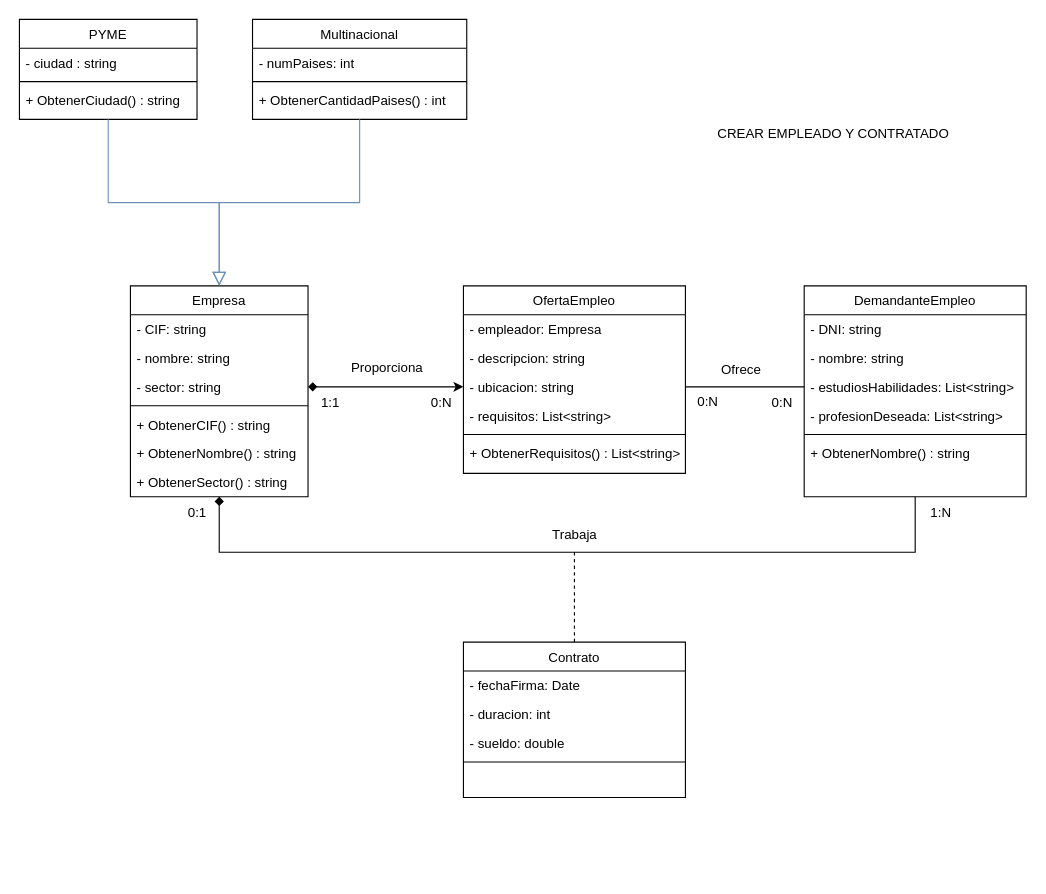
SerDieFer/1-DAW keeps this draw.io diagram as DEVELOPMENT ENVIRONMENT/PRÁCTICA 7.1/Ejercicio 6.drawio. Above is the earlier version. Source tidied: cells renumbered, new cells numbered last; positions are measured from the earlier drawing's top-left corner, leaving out a move shared by most shapes. Both pictures are drawn from the tidied source at 111%, with x=0, y=0 at pixel (19, 19).
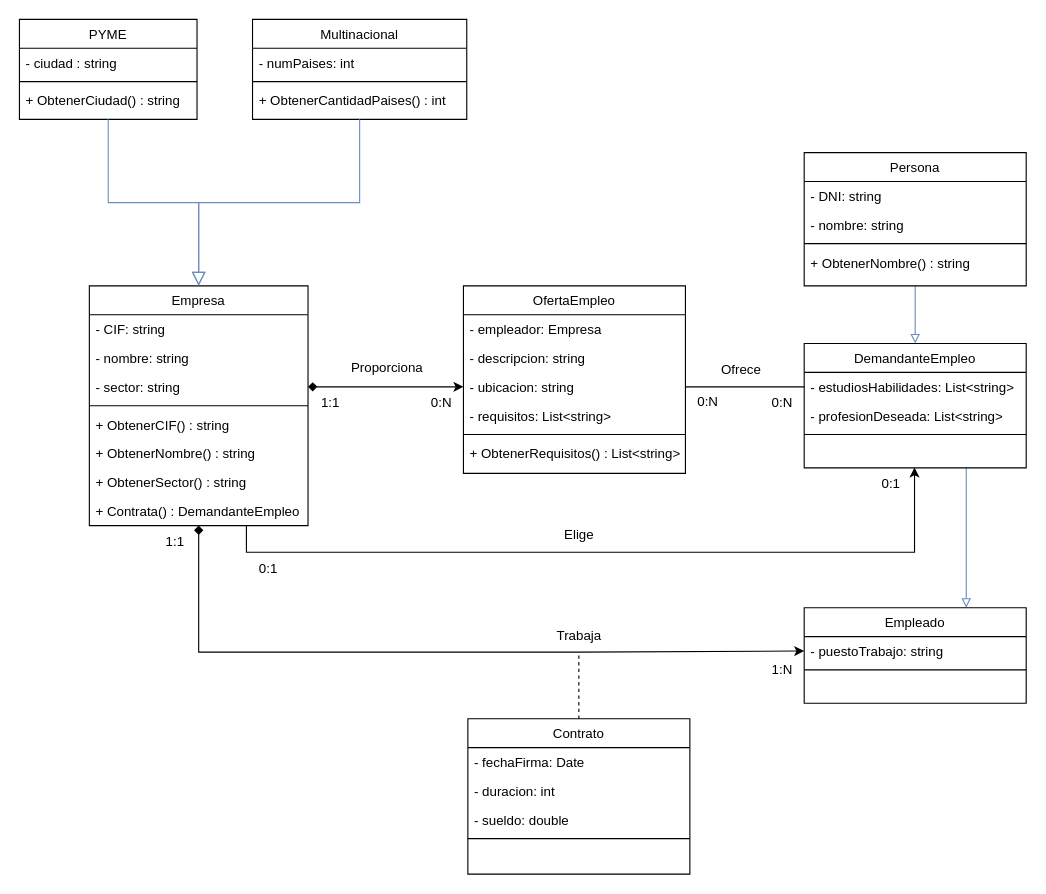
The same page after the edit.

Diff of the diagram source:
```diff
@@
-    <mxCell id="2" style="edgeStyle=orthogonalEdgeStyle;rounded=0;jettySize=auto;html=1;entryX=0.5;entryY=1;entryDx=0;entryDy=0;endArrow=none;endFill=0;startArrow=diamond;startFill=1;" parent="1" edge="1" source="3" target="32">
-      <mxGeometry relative="1" as="geometry">
-        <Array as="points">
-          <mxPoint x="180" y="480" />
-          <mxPoint x="807" y="480" />
-        </Array>
-      </mxGeometry>
-    </mxCell>
+    <mxCell id="53" style="edgeStyle=orthogonalEdgeStyle;rounded=0;orthogonalLoop=1;jettySize=auto;html=1;entryX=0.282;entryY=0.989;entryDx=0;entryDy=0;entryPerimeter=0;endArrow=classic;endFill=1;" parent="1" edge="1">
+      <mxGeometry relative="1" as="geometry">
+        <mxPoint x="204.5" y="456" as="sourcePoint" />
+        <mxPoint x="806.4" y="403.7" as="targetPoint" />
+        <Array as="points">
+          <mxPoint x="205" y="480" />
+          <mxPoint x="806" y="480" />
+        </Array>
+      </mxGeometry>
+    </mxCell>
+    <mxCell id="54" style="edgeStyle=orthogonalEdgeStyle;rounded=0;jettySize=auto;html=1;entryX=0;entryY=0.5;entryDx=0;entryDy=0;startArrow=diamond;startFill=1;endArrow=classic;endFill=1;" parent="1" edge="1" source="3" target="62">
+      <mxGeometry relative="1" as="geometry">
+        <Array as="points">
+          <mxPoint x="162" y="570" />
+          <mxPoint x="503" y="570" />
+          <mxPoint x="503" y="570" />
+          <mxPoint x="707" y="570" />
+        </Array>
+      </mxGeometry>
+    </mxCell>
     <mxCell id="3" value="Empresa" style="swimlane;fontStyle=0;align=center;verticalAlign=top;horizontal=1;startSize=26;rounded=0;shadow=0;strokeWidth=1;" parent="1" vertex="1">
-      <mxGeometry x="100" y="240" width="160" height="190" as="geometry" />
+      <mxGeometry x="63" y="240" width="197" height="216" as="geometry" />
     </mxCell>
     <mxCell id="4" value="- CIF: string" style="text;align=left;verticalAlign=top;spacingLeft=4;spacingRight=4;overflow=hidden;" parent="3" vertex="1">
-      <mxGeometry y="26" width="160" height="26" as="geometry" />
+      <mxGeometry y="26" width="197" height="26" as="geometry" />
     </mxCell>
     <mxCell id="5" value="- nombre: string" style="text;align=left;verticalAlign=top;spacingLeft=4;spacingRight=4;overflow=hidden;" parent="3" vertex="1">
-      <mxGeometry y="52" width="160" height="26" as="geometry" />
+      <mxGeometry y="52" width="197" height="26" as="geometry" />
     </mxCell>
     <mxCell id="6" value="- sector: string" style="text;align=left;verticalAlign=top;spacingLeft=4;spacingRight=4;overflow=hidden;points=[[0,0.5],[1,0.5]];portConstraint=eastwest;" parent="3" vertex="1">
-      <mxGeometry y="78" width="160" height="26" as="geometry" />
+      <mxGeometry y="78" width="197" height="26" as="geometry" />
     </mxCell>
     <mxCell id="7" style="line;html=1;strokeWidth=1;align=left;verticalAlign=middle;spacingTop=-1;spacingLeft=3;spacingRight=3;labelPosition=right;" parent="3" vertex="1">
-      <mxGeometry y="104" width="160" height="8" as="geometry" />
+      <mxGeometry y="104" width="197" height="8" as="geometry" />
     </mxCell>
     <mxCell id="8" value="+ ObtenerCIF() : string" style="text;align=left;verticalAlign=top;spacingLeft=4;spacingRight=4;overflow=hidden;" parent="3" vertex="1">
-      <mxGeometry y="112" width="160" height="26" as="geometry" />
+      <mxGeometry y="112" width="197" height="26" as="geometry" />
     </mxCell>
     <mxCell id="9" value="+ ObtenerNombre() : string" style="text;align=left;verticalAlign=top;spacingLeft=4;spacingRight=4;overflow=hidden;" parent="3" vertex="1">
-      <mxGeometry y="138" width="160" height="26" as="geometry" />
+      <mxGeometry y="138" width="197" height="26" as="geometry" />
     </mxCell>
     <mxCell id="10" value="+ ObtenerSector() : string" style="text;align=left;verticalAlign=top;spacingLeft=4;spacingRight=4;overflow=hidden;" parent="3" vertex="1">
-      <mxGeometry y="164" width="160" height="26" as="geometry" />
+      <mxGeometry y="164" width="197" height="26" as="geometry" />
     </mxCell>
+    <mxCell id="55" value="+ Contrata() : DemandanteEmpleo" style="text;align=left;verticalAlign=top;spacingLeft=4;spacingRight=4;overflow=hidden;" parent="3" vertex="1">
+      <mxGeometry y="190" width="197" height="26" as="geometry" />
+    </mxCell>
@@
+    <mxCell id="56" style="edgeStyle=orthogonalEdgeStyle;rounded=0;orthogonalLoop=1;jettySize=auto;html=1;entryX=0.5;entryY=0;entryDx=0;entryDy=0;fillColor=#dae8fc;gradientColor=#7ea6e0;strokeColor=#6c8ebf;endArrow=block;endFill=0;" parent="1" edge="1">
+      <mxGeometry relative="1" as="geometry">
+        <mxPoint x="853" y="404" as="sourcePoint" />
+        <mxPoint x="853" y="530" as="targetPoint" />
+      </mxGeometry>
+    </mxCell>
     <mxCell id="32" value="DemandanteEmpleo" style="swimlane;fontStyle=0;align=center;verticalAlign=top;horizontal=1;startSize=26;rounded=0;shadow=0;strokeWidth=1;" parent="1" vertex="1">
-      <mxGeometry x="707" y="240" width="200" height="190" as="geometry" />
+      <mxGeometry x="707" y="292" width="200" height="112" as="geometry" />
     </mxCell>
-    <mxCell id="33" value="- DNI: string" style="text;align=left;verticalAlign=top;spacingLeft=4;spacingRight=4;overflow=hidden;" parent="32" vertex="1">
-      <mxGeometry y="26" width="200" height="26" as="geometry" />
-    </mxCell>
-    <mxCell id="34" value="- nombre: string" style="text;align=left;verticalAlign=top;spacingLeft=4;spacingRight=4;overflow=hidden;" parent="32" vertex="1">
-      <mxGeometry y="52" width="200" height="26" as="geometry" />
-    </mxCell>
     <mxCell id="35" value="- estudiosHabilidades: List&lt;string&gt;" style="text;align=left;verticalAlign=top;spacingLeft=4;spacingRight=4;overflow=hidden;points=[[0,0.5],[1,0.5]];portConstraint=eastwest;" parent="32" vertex="1">
-      <mxGeometry y="78" width="200" height="26" as="geometry" />
+      <mxGeometry y="26" width="200" height="26" as="geometry" />
     </mxCell>
     <mxCell id="36" value="- profesionDeseada: List&lt;string&gt;" style="text;align=left;verticalAlign=top;spacingLeft=4;spacingRight=4;overflow=hidden;" parent="32" vertex="1">
-      <mxGeometry y="104" width="200" height="26" as="geometry" />
+      <mxGeometry y="52" width="200" height="26" as="geometry" />
     </mxCell>
     <mxCell id="37" style="line;html=1;strokeWidth=1;align=left;verticalAlign=middle;spacingTop=-1;spacingLeft=3;spacingRight=3;labelPosition=right;" parent="32" vertex="1">
-      <mxGeometry y="130" width="200" height="8" as="geometry" />
+      <mxGeometry y="78" width="200" height="8" as="geometry" />
     </mxCell>
-    <mxCell id="38" value="+ ObtenerNombre() : string" style="text;align=left;verticalAlign=top;spacingLeft=4;spacingRight=4;overflow=hidden;" parent="32" vertex="1">
-      <mxGeometry y="138" width="200" height="26" as="geometry" />
-    </mxCell>
+    <mxCell id="57" value=" " style="text;align=left;verticalAlign=top;spacingLeft=4;spacingRight=4;overflow=hidden;" parent="32" vertex="1">
+      <mxGeometry y="86" width="200" height="26" as="geometry" />
+    </mxCell>
@@
-    <mxCell id="43" style="edgeStyle=orthogonalEdgeStyle;rounded=0;jettySize=auto;html=1;dashed=1;endArrow=none;endFill=0;" parent="1" edge="1" source="44">
-      <mxGeometry relative="1" as="geometry">
-        <mxPoint x="500" y="480" as="targetPoint" />
-      </mxGeometry>
-    </mxCell>
     <mxCell id="44" value="Contrato" style="swimlane;fontStyle=0;align=center;verticalAlign=top;horizontal=1;startSize=26;rounded=0;shadow=0;strokeWidth=1;" parent="1" vertex="1">
-      <mxGeometry x="400" y="561" width="200" height="140" as="geometry" />
+      <mxGeometry x="404" y="630" width="200" height="140" as="geometry" />
     </mxCell>
@@
-    <mxCell id="49" value="0:1" style="text;html=1;align=center;verticalAlign=middle;strokeColor=none;fillColor=none;" parent="1" vertex="1">
-      <mxGeometry x="140" y="430" width="40" height="30" as="geometry" />
+    <mxCell id="49" value="1:1" style="text;html=1;align=center;verticalAlign=middle;strokeColor=none;fillColor=none;" parent="1" vertex="1">
+      <mxGeometry x="120" y="456" width="40" height="30" as="geometry" />
     </mxCell>
     <mxCell id="50" value="1:N" style="text;html=1;align=center;verticalAlign=middle;strokeColor=none;fillColor=none;" parent="1" vertex="1">
-      <mxGeometry x="810" y="430" width="40" height="30" as="geometry" />
+      <mxGeometry x="667" y="571" width="40" height="30" as="geometry" />
     </mxCell>
     <mxCell id="51" value="Trabaja" style="text;html=1;align=center;verticalAlign=middle;points=[];strokeColor=none;fillColor=none;" parent="1" vertex="1">
-      <mxGeometry x="470" y="450" width="60" height="30" as="geometry" />
+      <mxGeometry x="474" y="541" width="60" height="30" as="geometry" />
     </mxCell>
-    <mxCell id="52" value="CREAR EMPLEADO Y CONTRATADO" style="text;html=1;align=center;verticalAlign=middle;strokeColor=none;fillColor=none;" parent="1" vertex="1">
-      <mxGeometry x="618" y="88" width="230" height="30" as="geometry" />
-    </mxCell>
+    <mxCell id="58" style="edgeStyle=orthogonalEdgeStyle;rounded=0;jettySize=auto;html=1;entryX=0.5;entryY=0;entryDx=0;entryDy=0;endArrow=block;endFill=0;fillColor=#dae8fc;gradientColor=#7ea6e0;strokeColor=#6c8ebf;" parent="1" edge="1" source="59" target="32">
+      <mxGeometry relative="1" as="geometry" />
+    </mxCell>
+    <mxCell id="59" value="Persona" style="swimlane;fontStyle=0;align=center;verticalAlign=top;horizontal=1;startSize=26;rounded=0;shadow=0;strokeWidth=1;" parent="1" vertex="1">
+      <mxGeometry x="707" y="120" width="200" height="120" as="geometry" />
+    </mxCell>
+    <mxCell id="33" value="- DNI: string" style="text;align=left;verticalAlign=top;spacingLeft=4;spacingRight=4;overflow=hidden;" parent="59" vertex="1">
+      <mxGeometry y="26" width="200" height="26" as="geometry" />
+    </mxCell>
+    <mxCell id="34" value="- nombre: string" style="text;align=left;verticalAlign=top;spacingLeft=4;spacingRight=4;overflow=hidden;" parent="59" vertex="1">
+      <mxGeometry y="52" width="200" height="26" as="geometry" />
+    </mxCell>
+    <mxCell id="60" style="line;html=1;strokeWidth=1;align=left;verticalAlign=middle;spacingTop=-1;spacingLeft=3;spacingRight=3;labelPosition=right;" parent="59" vertex="1">
+      <mxGeometry y="78" width="200" height="8" as="geometry" />
+    </mxCell>
+    <mxCell id="38" value="+ ObtenerNombre() : string" style="text;align=left;verticalAlign=top;spacingLeft=4;spacingRight=4;overflow=hidden;" parent="59" vertex="1">
+      <mxGeometry y="86" width="200" height="26" as="geometry" />
+    </mxCell>
+    <mxCell id="61" value="Empleado" style="swimlane;fontStyle=0;align=center;verticalAlign=top;horizontal=1;startSize=26;rounded=0;shadow=0;strokeWidth=1;" parent="1" vertex="1">
+      <mxGeometry x="707" y="530" width="200" height="86" as="geometry" />
+    </mxCell>
+    <mxCell id="62" value="- puestoTrabajo: string" style="text;align=left;verticalAlign=top;spacingLeft=4;spacingRight=4;overflow=hidden;points=[[0,0.5],[1,0.5]];portConstraint=eastwest;" parent="61" vertex="1">
+      <mxGeometry y="26" width="200" height="26" as="geometry" />
+    </mxCell>
+    <mxCell id="63" style="line;html=1;strokeWidth=1;align=left;verticalAlign=middle;spacingTop=-1;spacingLeft=3;spacingRight=3;labelPosition=right;" parent="61" vertex="1">
+      <mxGeometry y="52" width="200" height="8" as="geometry" />
+    </mxCell>
+    <mxCell id="64" value=" " style="text;align=left;verticalAlign=top;spacingLeft=4;spacingRight=4;overflow=hidden;" parent="61" vertex="1">
+      <mxGeometry y="60" width="200" height="26" as="geometry" />
+    </mxCell>
+    <mxCell id="65" value="Elige" style="text;html=1;align=center;verticalAlign=middle;strokeColor=none;fillColor=none;" parent="1" vertex="1">
+      <mxGeometry x="479" y="450" width="50" height="30" as="geometry" />
+    </mxCell>
+    <mxCell id="66" value="0:1" style="text;html=1;align=center;verticalAlign=middle;strokeColor=none;fillColor=none;" parent="1" vertex="1">
+      <mxGeometry x="204" y="480" width="40" height="30" as="geometry" />
+    </mxCell>
+    <mxCell id="67" value="0:1" style="text;html=1;align=center;verticalAlign=middle;strokeColor=none;fillColor=none;" parent="1" vertex="1">
+      <mxGeometry x="765" y="404" width="40" height="30" as="geometry" />
+    </mxCell>
+    <mxCell id="68" style="edgeStyle=orthogonalEdgeStyle;rounded=0;jettySize=auto;html=1;entryX=0.5;entryY=0.967;entryDx=0;entryDy=0;entryPerimeter=0;endArrow=none;endFill=0;dashed=1;" parent="1" edge="1" source="44" target="51">
+      <mxGeometry relative="1" as="geometry" />
+    </mxCell>
```
